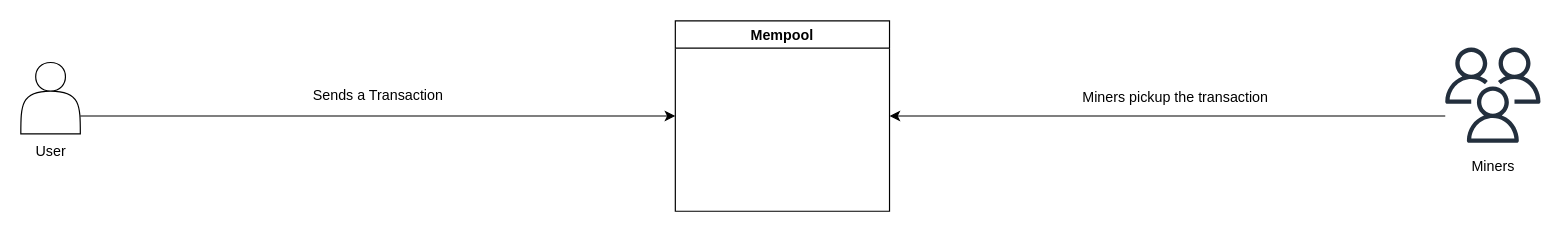
This is Ethereum Mempool.drawio from tuxdotrs/diagrams, a draw.io file, before an edit. Source tidied: cells renumbered, new cells numbered last; positions are measured from the earlier drawing's top-left corner, leaving out a move shared by most shapes. Both pictures are drawn from the tidied source at 119%, with x=0, y=0 at pixel (20, 20).
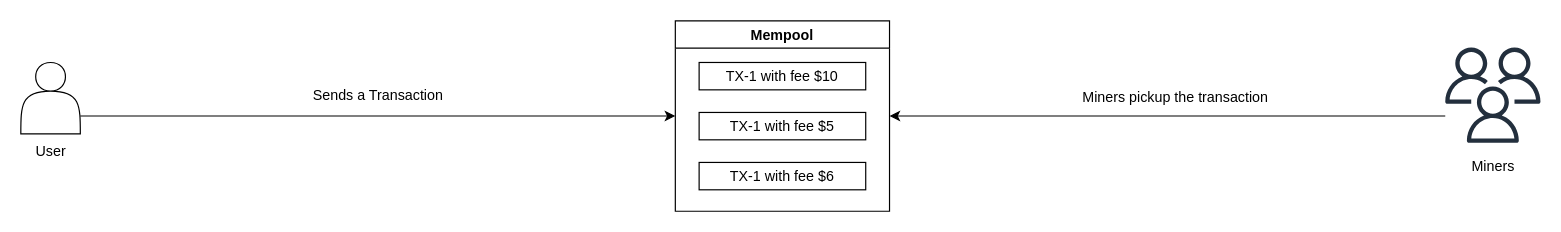
The same diagram, later.

Unchanged cells that the change refers to:
```xml
<mxCell id="5" value="Mempool" style="swimlane;" parent="1" vertex="1">
  <mxGeometry x="550" width="180" height="160" as="geometry" />
</mxCell>
```

What changed in the source:
```diff
@@
+    <mxCell id="16" value="&lt;div align=&quot;justify&quot;&gt;TX-1 with fee $10&lt;/div&gt;" style="rounded=0;whiteSpace=wrap;html=1;" parent="5" vertex="1">
+      <mxGeometry x="20" y="35" width="140" height="23" as="geometry" />
+    </mxCell>
+    <mxCell id="17" value="&lt;div align=&quot;justify&quot;&gt;TX-1 with fee $5&lt;/div&gt;" style="rounded=0;whiteSpace=wrap;html=1;" parent="5" vertex="1">
+      <mxGeometry x="20" y="77" width="140" height="23" as="geometry" />
+    </mxCell>
+    <mxCell id="18" value="&lt;div align=&quot;justify&quot;&gt;TX-1 with fee $6&lt;/div&gt;" style="rounded=0;whiteSpace=wrap;html=1;" parent="5" vertex="1">
+      <mxGeometry x="20" y="119" width="140" height="23" as="geometry" />
+    </mxCell>
```
